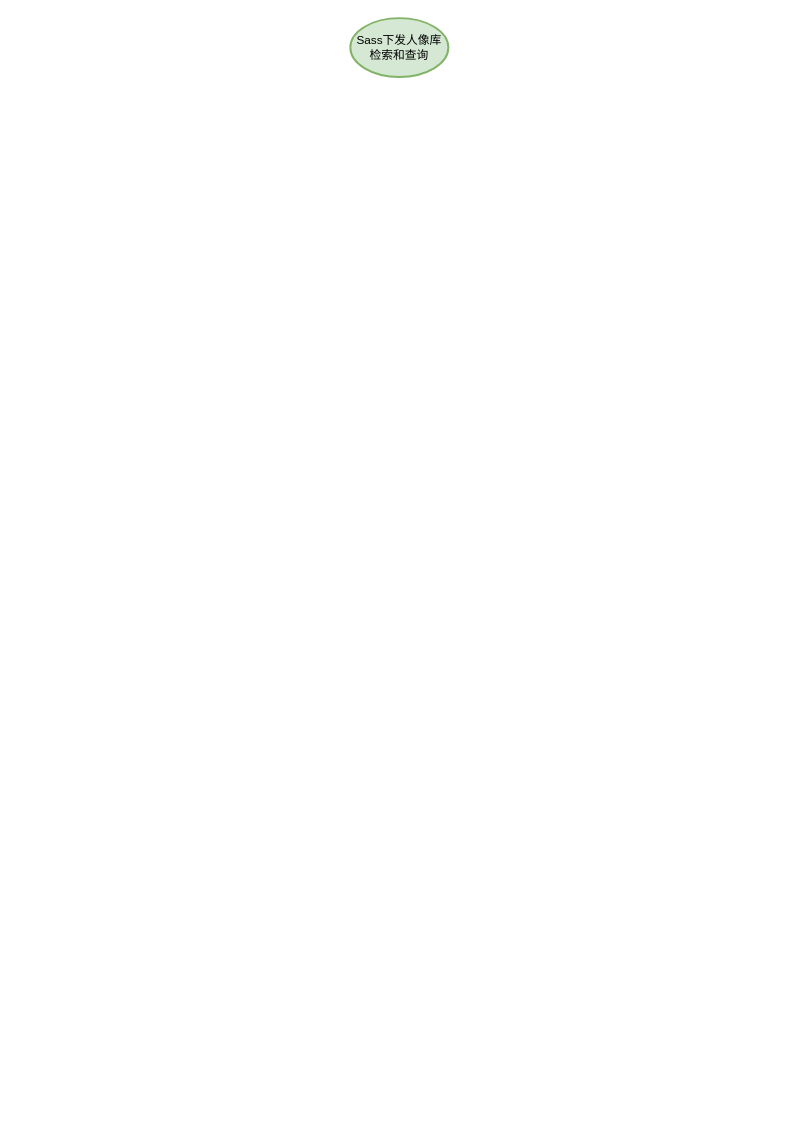
This is 8.检索/人像库检索和查询-流程图.drawio from hao14293/drawio, a draw.io file, before an edit. Source tidied: cells renumbered, new cells numbered last; positions are measured from the earlier drawing's top-left corner, leaving out a move shared by most shapes. Both pictures are drawn from the tidied source at 98%, with x=0, y=0 at pixel (350, 18).
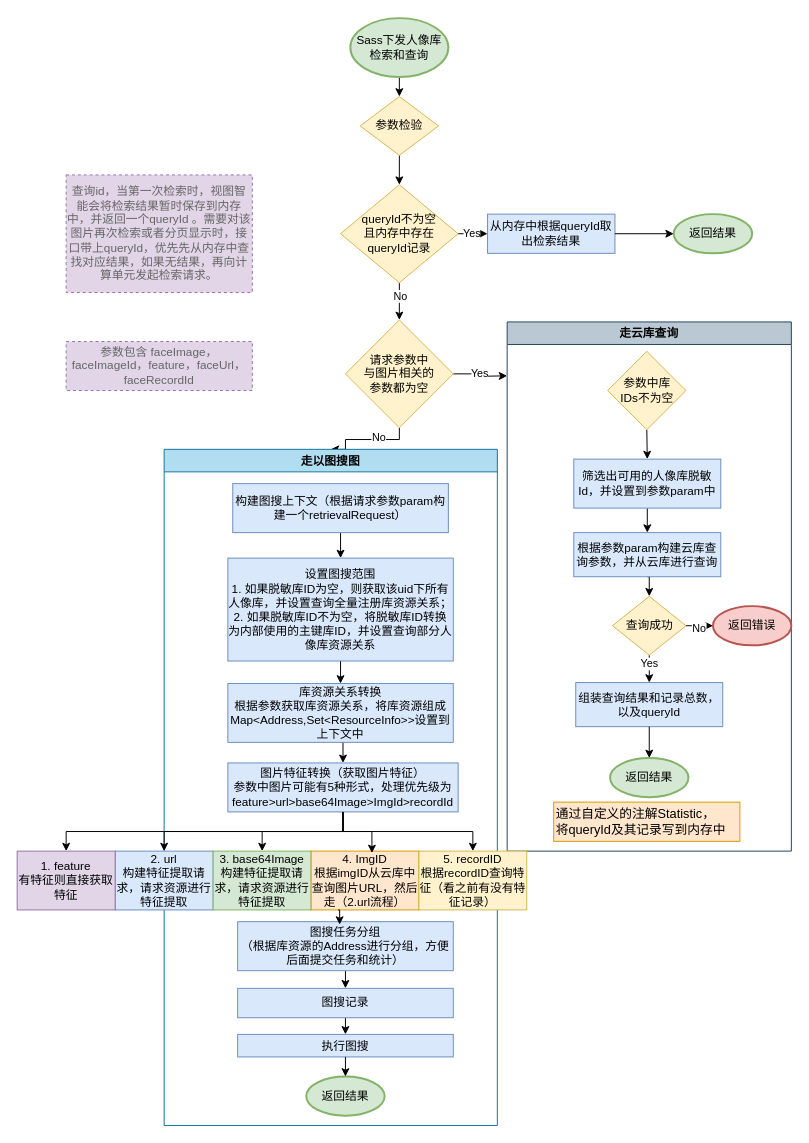
The same page after the edit.

Commit message:
更新人像库检索和查询-流程图.drawio

Unchanged cells that the change refers to:
```xml
<mxCell id="2" value="Sass下发人像库检索和查询" style="strokeWidth=2;html=1;shape=mxgraph.flowchart.start_1;whiteSpace=wrap;fillColor=#d5e8d4;strokeColor=#82b366;" parent="1" vertex="1">
  <mxGeometry width="100" height="60" as="geometry" />
</mxCell>
```

Change to the diagram source:
```diff
@@
+    <mxCell id="3" style="edgeStyle=orthogonalEdgeStyle;rounded=0;jettySize=auto;html=1;exitX=0.5;exitY=1;exitDx=0;exitDy=0;exitPerimeter=0;entryX=0.5;entryY=0;entryDx=0;entryDy=0;" parent="1" edge="1" source="2" target="5">
+      <mxGeometry relative="1" as="geometry" />
+    </mxCell>
@@
+    <mxCell id="4" style="edgeStyle=orthogonalEdgeStyle;rounded=0;jettySize=auto;html=1;exitX=0.5;exitY=1;exitDx=0;exitDy=0;entryX=0.5;entryY=0;entryDx=0;entryDy=0;" parent="1" edge="1" source="5" target="10">
+      <mxGeometry relative="1" as="geometry" />
+    </mxCell>
+    <mxCell id="5" value="参数检验" style="rhombus;whiteSpace=wrap;html=1;fillColor=#fff2cc;strokeColor=#d6b656;" parent="1" vertex="1">
+      <mxGeometry x="10" y="80" width="80" height="60" as="geometry" />
+    </mxCell>
+    <mxCell id="6" style="edgeStyle=orthogonalEdgeStyle;rounded=0;jettySize=auto;html=1;exitX=1;exitY=0.5;exitDx=0;exitDy=0;entryX=0;entryY=0.5;entryDx=0;entryDy=0;" parent="1" edge="1" source="10" target="12">
+      <mxGeometry relative="1" as="geometry">
+        <Array as="points">
+          <mxPoint x="120" y="220" />
+          <mxPoint x="120" y="220" />
+        </Array>
+      </mxGeometry>
+    </mxCell>
+    <mxCell id="7" value="Yes" style="edgeLabel;html=1;align=center;verticalAlign=middle;" parent="6" vertex="1">
+      <mxGeometry x="-0.13" y="1" relative="1" as="geometry" />
+    </mxCell>
+    <mxCell id="8" style="edgeStyle=orthogonalEdgeStyle;rounded=0;jettySize=auto;html=1;exitX=0.5;exitY=1;exitDx=0;exitDy=0;entryX=0.5;entryY=0;entryDx=0;entryDy=0;" parent="1" edge="1" source="10" target="19">
+      <mxGeometry relative="1" as="geometry">
+        <Array as="points">
+          <mxPoint x="50" y="280" />
+          <mxPoint x="50" y="280" />
+        </Array>
+      </mxGeometry>
+    </mxCell>
+    <mxCell id="9" value="No" style="edgeLabel;html=1;align=center;verticalAlign=middle;" parent="8" vertex="1">
+      <mxGeometry x="-0.3" relative="1" as="geometry" />
+    </mxCell>
+    <mxCell id="10" value="queryId不为空&lt;div&gt;且内存中存在&lt;/div&gt;&lt;div&gt;queryId记录&lt;/div&gt;" style="rhombus;whiteSpace=wrap;html=1;fillColor=#fff2cc;strokeColor=#d6b656;" parent="1" vertex="1">
+      <mxGeometry x="-10" y="170" width="120" height="100" as="geometry" />
+    </mxCell>
+    <mxCell id="11" value="&lt;p&gt;&lt;span style=&quot;color: rgb(102, 102, 102); text-align: start;&quot;&gt;&lt;font style=&quot;font-size: 12px;&quot;&gt;查询id，当第一次检索时，视图智能会将检索结果暂时保存到内存中，并返回一个queryId 。需要对该图片再次检索或者分页显示时，接口带上queryId，优先先从内存中查找对应结果，如果无结果，再向计算单元发起检索请求。&lt;/font&gt;&lt;/span&gt;&lt;/p&gt;" style="text;html=1;align=center;verticalAlign=middle;whiteSpace=wrap;rounded=0;strokeColor=#9673a6;fillColor=#e1d5e7;dashed=1;labelBackgroundColor=none;" parent="1" vertex="1">
+      <mxGeometry x="-290" y="160" width="190" height="120" as="geometry" />
+    </mxCell>
+    <mxCell id="12" value="从内存中根据queryId取出检索结果" style="rounded=0;whiteSpace=wrap;html=1;fillColor=#dae8fc;strokeColor=#6c8ebf;" parent="1" vertex="1">
+      <mxGeometry x="140" y="200" width="130" height="40" as="geometry" />
+    </mxCell>
+    <mxCell id="13" value="返回结果" style="strokeWidth=2;html=1;shape=mxgraph.flowchart.start_1;whiteSpace=wrap;fillColor=#d5e8d4;strokeColor=#82b366;" parent="1" vertex="1">
+      <mxGeometry x="330" y="200" width="80" height="40" as="geometry" />
+    </mxCell>
+    <mxCell id="14" style="edgeStyle=orthogonalEdgeStyle;rounded=0;jettySize=auto;html=1;exitX=1;exitY=0.5;exitDx=0;exitDy=0;entryX=0;entryY=0.5;entryDx=0;entryDy=0;entryPerimeter=0;" parent="1" edge="1" source="12" target="13">
+      <mxGeometry relative="1" as="geometry" />
+    </mxCell>
+    <mxCell id="15" style="edgeStyle=orthogonalEdgeStyle;rounded=0;jettySize=auto;html=1;exitX=1;exitY=0.5;exitDx=0;exitDy=0;" parent="1" edge="1" source="19">
+      <mxGeometry relative="1" as="geometry">
+        <mxPoint x="160" y="365" as="targetPoint" />
+      </mxGeometry>
+    </mxCell>
+    <mxCell id="16" value="Yes" style="edgeLabel;html=1;align=center;verticalAlign=middle;" parent="15" vertex="1">
+      <mxGeometry x="-0.1" y="1" relative="1" as="geometry" />
+    </mxCell>
+    <mxCell id="17" style="edgeStyle=orthogonalEdgeStyle;rounded=0;jettySize=auto;html=1;exitX=0.5;exitY=1;exitDx=0;exitDy=0;entryX=0.5;entryY=0;entryDx=0;entryDy=0;" parent="1" edge="1" source="19" target="38">
+      <mxGeometry relative="1" as="geometry">
+        <Array as="points">
+          <mxPoint x="50" y="430" />
+          <mxPoint x="-5" y="430" />
+        </Array>
+      </mxGeometry>
+    </mxCell>
+    <mxCell id="18" value="No" style="edgeLabel;html=1;align=center;verticalAlign=middle;" parent="17" vertex="1">
+      <mxGeometry x="-0.25" y="-3" relative="1" as="geometry" />
+    </mxCell>
+    <mxCell id="19" value="请求参数中&lt;div&gt;与图片相关的&lt;/div&gt;&lt;div&gt;参数都&lt;span style=&quot;background-color: initial;&quot;&gt;为空&lt;/span&gt;&lt;/div&gt;" style="rhombus;whiteSpace=wrap;html=1;fillColor=#fff2cc;strokeColor=#d6b656;" parent="1" vertex="1">
+      <mxGeometry x="-5" y="308" width="110" height="110" as="geometry" />
+    </mxCell>
+    <mxCell id="20" value="&lt;p&gt;&lt;span style=&quot;color: rgb(102, 102, 102); text-align: start;&quot;&gt;&lt;font style=&quot;font-size: 12px;&quot;&gt;参数包含 faceImage，faceImageId，feature，faceUrl，faceRecordId&lt;/font&gt;&lt;/span&gt;&lt;/p&gt;" style="text;html=1;align=center;verticalAlign=middle;whiteSpace=wrap;rounded=0;strokeColor=#9673a6;fillColor=#e1d5e7;dashed=1;labelBackgroundColor=none;" parent="1" vertex="1">
+      <mxGeometry x="-290" y="330" width="190" height="50" as="geometry" />
+    </mxCell>
+    <mxCell id="21" value="走云库查询" style="swimlane;whiteSpace=wrap;html=1;fillColor=#bac8d3;strokeColor=#23445d;" parent="1" vertex="1">
+      <mxGeometry x="160" y="310" width="290" height="540" as="geometry" />
+    </mxCell>
+    <mxCell id="22" style="edgeStyle=orthogonalEdgeStyle;rounded=0;jettySize=auto;html=1;exitX=0.5;exitY=1;exitDx=0;exitDy=0;entryX=0.5;entryY=0;entryDx=0;entryDy=0;" parent="21" edge="1" source="23" target="25">
+      <mxGeometry relative="1" as="geometry" />
+    </mxCell>
+    <mxCell id="23" value="参数中库&lt;div&gt;IDs不为空&lt;/div&gt;" style="rhombus;whiteSpace=wrap;html=1;fillColor=#fff2cc;strokeColor=#d6b656;" parent="21" vertex="1">
+      <mxGeometry x="102.5" y="30" width="80" height="80" as="geometry" />
+    </mxCell>
+    <mxCell id="24" style="edgeStyle=orthogonalEdgeStyle;rounded=0;jettySize=auto;html=1;exitX=0.5;exitY=1;exitDx=0;exitDy=0;entryX=0.5;entryY=0;entryDx=0;entryDy=0;" parent="21" edge="1" source="25" target="27">
+      <mxGeometry relative="1" as="geometry" />
+    </mxCell>
+    <mxCell id="25" value="筛选出可用的人像库脱敏Id，并设置到参数param中" style="rounded=0;whiteSpace=wrap;html=1;fillColor=#dae8fc;strokeColor=#6c8ebf;" parent="21" vertex="1">
+      <mxGeometry x="68" y="140" width="150" height="50" as="geometry" />
+    </mxCell>
+    <mxCell id="26" style="edgeStyle=orthogonalEdgeStyle;rounded=0;jettySize=auto;html=1;exitX=0.5;exitY=1;exitDx=0;exitDy=0;entryX=0.5;entryY=0;entryDx=0;entryDy=0;" parent="21" edge="1" source="27" target="30">
+      <mxGeometry relative="1" as="geometry" />
+    </mxCell>
+    <mxCell id="27" value="根据参数param构建云库查询参数，并从云库进行查询" style="rounded=0;whiteSpace=wrap;html=1;fillColor=#dae8fc;strokeColor=#6c8ebf;" parent="21" vertex="1">
+      <mxGeometry x="68" y="215" width="150" height="45" as="geometry" />
+    </mxCell>
+    <mxCell id="28" style="edgeStyle=orthogonalEdgeStyle;rounded=0;jettySize=auto;html=1;exitX=0.5;exitY=1;exitDx=0;exitDy=0;entryX=0.5;entryY=0;entryDx=0;entryDy=0;" parent="21" edge="1" source="30" target="31">
+      <mxGeometry relative="1" as="geometry">
+        <Array as="points">
+          <mxPoint x="145" y="350" />
+          <mxPoint x="145" y="350" />
+        </Array>
+      </mxGeometry>
+    </mxCell>
+    <mxCell id="29" value="Yes" style="edgeLabel;html=1;align=center;verticalAlign=middle;" parent="28" vertex="1">
+      <mxGeometry x="-0.43" y="-1" relative="1" as="geometry" />
+    </mxCell>
+    <mxCell id="30" value="查询成功" style="rhombus;whiteSpace=wrap;html=1;fillColor=#fff2cc;strokeColor=#d6b656;" parent="21" vertex="1">
+      <mxGeometry x="107.5" y="280" width="75" height="60" as="geometry" />
+    </mxCell>
+    <mxCell id="31" value="组装查询结果和记录总数，以及queryId" style="rounded=0;whiteSpace=wrap;html=1;fillColor=#dae8fc;strokeColor=#6c8ebf;" parent="21" vertex="1">
+      <mxGeometry x="70" y="368" width="150" height="45" as="geometry" />
+    </mxCell>
+    <mxCell id="32" value="返回结果" style="strokeWidth=2;html=1;shape=mxgraph.flowchart.start_1;whiteSpace=wrap;fillColor=#d5e8d4;strokeColor=#82b366;" parent="21" vertex="1">
+      <mxGeometry x="105" y="445" width="80" height="40" as="geometry" />
+    </mxCell>
+    <mxCell id="33" value="返回错误" style="strokeWidth=2;html=1;shape=mxgraph.flowchart.start_1;whiteSpace=wrap;fillColor=#f8cecc;strokeColor=#b85450;" parent="21" vertex="1">
+      <mxGeometry x="210" y="290" width="80" height="40" as="geometry" />
+    </mxCell>
+    <mxCell id="34" style="edgeStyle=orthogonalEdgeStyle;rounded=0;jettySize=auto;html=1;exitX=0.5;exitY=1;exitDx=0;exitDy=0;entryX=0.5;entryY=0;entryDx=0;entryDy=0;entryPerimeter=0;" parent="21" edge="1" source="31" target="32">
+      <mxGeometry relative="1" as="geometry" />
+    </mxCell>
+    <mxCell id="35" style="edgeStyle=orthogonalEdgeStyle;rounded=0;jettySize=auto;html=1;exitX=1;exitY=0.5;exitDx=0;exitDy=0;entryX=0;entryY=0.5;entryDx=0;entryDy=0;entryPerimeter=0;" parent="21" edge="1" source="30" target="33">
+      <mxGeometry relative="1" as="geometry" />
+    </mxCell>
+    <mxCell id="36" value="No" style="edgeLabel;html=1;align=center;verticalAlign=middle;" parent="35" vertex="1">
+      <mxGeometry x="-0.09" y="-2" relative="1" as="geometry" />
+    </mxCell>
+    <mxCell id="37" value="&lt;div style=&quot;&quot;&gt;&lt;p style=&quot;&quot;&gt;&lt;font face=&quot;Helvetica&quot; style=&quot;font-size: 13px;&quot;&gt;通过自定义的注解Statistic，&lt;br&gt;&lt;/font&gt;&lt;font face=&quot;G9sF7C8V6hMlYk3milFS&quot; style=&quot;font-size: 13px;&quot;&gt;将queryId及其记录写到内存中&lt;/font&gt;&lt;/p&gt;&lt;/div&gt;" style="text;html=1;align=left;verticalAlign=middle;whiteSpace=wrap;rounded=0;strokeColor=#d79b00;fillColor=#ffe6cc;fontColor=default;labelBackgroundColor=none;" parent="21" vertex="1">
+      <mxGeometry x="47.5" y="490" width="190" height="40" as="geometry" />
+    </mxCell>
+    <mxCell id="38" value="走以图搜图" style="swimlane;whiteSpace=wrap;html=1;fillColor=#b1ddf0;strokeColor=#10739e;" parent="1" vertex="1">
+      <mxGeometry x="-190" y="440" width="340" height="690" as="geometry" />
+    </mxCell>
+    <mxCell id="39" style="edgeStyle=orthogonalEdgeStyle;rounded=0;jettySize=auto;html=1;exitX=0.5;exitY=1;exitDx=0;exitDy=0;entryX=0.5;entryY=0;entryDx=0;entryDy=0;" parent="38" edge="1" source="40" target="42">
+      <mxGeometry relative="1" as="geometry" />
+    </mxCell>
+    <mxCell id="40" value="构建图搜上下文（根据请求参数param构建一个retrievalRequest）" style="rounded=0;whiteSpace=wrap;html=1;fillColor=#dae8fc;strokeColor=#6c8ebf;" parent="38" vertex="1">
+      <mxGeometry x="70" y="35" width="220" height="50" as="geometry" />
+    </mxCell>
+    <mxCell id="41" style="edgeStyle=orthogonalEdgeStyle;rounded=0;jettySize=auto;html=1;exitX=0.5;exitY=1;exitDx=0;exitDy=0;entryX=0.5;entryY=0;entryDx=0;entryDy=0;" parent="38" edge="1" source="42" target="44">
+      <mxGeometry relative="1" as="geometry" />
+    </mxCell>
+    <mxCell id="42" value="设置图搜范围&lt;div&gt;1. 如果脱敏库ID为空，则获取该uid下所有人像库，并设置查询全量注册库资源关系；&lt;/div&gt;&lt;div&gt;2. 如果脱敏库ID不为空，将脱敏库ID转换为内部使用的主键库ID，并设置查询部分人像库资源关系&lt;/div&gt;" style="rounded=0;whiteSpace=wrap;html=1;fillColor=#dae8fc;strokeColor=#6c8ebf;" parent="38" vertex="1">
+      <mxGeometry x="65" y="111" width="230" height="105" as="geometry" />
+    </mxCell>
+    <mxCell id="43" style="edgeStyle=orthogonalEdgeStyle;rounded=0;jettySize=auto;html=1;exitX=0.5;exitY=1;exitDx=0;exitDy=0;entryX=0.5;entryY=0;entryDx=0;entryDy=0;" parent="38" edge="1" source="44" target="48">
+      <mxGeometry relative="1" as="geometry" />
+    </mxCell>
+    <mxCell id="44" value="库资源关系转换&lt;div&gt;根据参数获取库资源关系，将库资源组成Map&amp;lt;Address,Set&amp;lt;ResourceInfo&amp;gt;&amp;gt;设置到上下文中&lt;/div&gt;" style="rounded=0;whiteSpace=wrap;html=1;fillColor=#dae8fc;strokeColor=#6c8ebf;" parent="38" vertex="1">
+      <mxGeometry x="65" y="239" width="230" height="60" as="geometry" />
+    </mxCell>
+    <mxCell id="45" style="edgeStyle=orthogonalEdgeStyle;rounded=0;jettySize=auto;html=1;exitX=0.5;exitY=1;exitDx=0;exitDy=0;entryX=0.5;entryY=0;entryDx=0;entryDy=0;" parent="38" edge="1" source="48" target="49">
+      <mxGeometry relative="1" as="geometry" />
+    </mxCell>
+    <mxCell id="46" style="edgeStyle=orthogonalEdgeStyle;rounded=0;jettySize=auto;html=1;exitX=0.5;exitY=1;exitDx=0;exitDy=0;entryX=0.5;entryY=0;entryDx=0;entryDy=0;" parent="38" edge="1" source="48" target="50">
+      <mxGeometry relative="1" as="geometry" />
+    </mxCell>
+    <mxCell id="47" style="edgeStyle=orthogonalEdgeStyle;rounded=0;jettySize=auto;html=1;exitX=0.5;exitY=1;exitDx=0;exitDy=0;" parent="38" edge="1" source="48" target="52">
+      <mxGeometry relative="1" as="geometry" />
+    </mxCell>
+    <mxCell id="48" value="图片特征转换（获取图片特征）&lt;div&gt;参数中图片可能有5种形式，处理优先级为&lt;/div&gt;&lt;div&gt;feature&amp;gt;url&amp;gt;base64Image&amp;gt;ImgId&amp;gt;recordId&lt;/div&gt;" style="rounded=0;whiteSpace=wrap;html=1;fillColor=#dae8fc;strokeColor=#6c8ebf;" parent="38" vertex="1">
+      <mxGeometry x="65" y="320" width="235" height="50" as="geometry" />
+    </mxCell>
+    <mxCell id="49" value="2. url&lt;div&gt;构建特征提取请求，请求资源进行特征提取&lt;/div&gt;" style="rounded=0;whiteSpace=wrap;html=1;fillColor=#dae8fc;strokeColor=#6c8ebf;" parent="38" vertex="1">
+      <mxGeometry x="-50" y="410" width="100" height="60" as="geometry" />
+    </mxCell>
+    <mxCell id="50" value="3. base64Image&lt;div&gt;构建特征提取请求，请求资源进行特征提取&lt;/div&gt;" style="rounded=0;whiteSpace=wrap;html=1;fillColor=#d5e8d4;strokeColor=#82b366;" parent="38" vertex="1">
+      <mxGeometry x="50" y="410" width="100" height="60" as="geometry" />
+    </mxCell>
+    <mxCell id="51" value="4. ImgID&lt;div&gt;根据imgID从云库中查询图片URL，然后走（2.url流程）&lt;/div&gt;" style="rounded=0;whiteSpace=wrap;html=1;fillColor=#ffe6cc;strokeColor=#d79b00;" parent="38" vertex="1">
+      <mxGeometry x="150" y="410" width="110" height="60" as="geometry" />
+    </mxCell>
+    <mxCell id="52" value="5. recordID&lt;div&gt;根据recordID查询特征（看之前有没有特征记录）&lt;/div&gt;" style="rounded=0;whiteSpace=wrap;html=1;fillColor=#fff2cc;strokeColor=#d6b656;" parent="38" vertex="1">
+      <mxGeometry x="260" y="410" width="110" height="60" as="geometry" />
+    </mxCell>
+    <mxCell id="53" style="edgeStyle=orthogonalEdgeStyle;rounded=0;jettySize=auto;html=1;exitX=0.5;exitY=1;exitDx=0;exitDy=0;entryX=0.564;entryY=0.033;entryDx=0;entryDy=0;entryPerimeter=0;" parent="38" edge="1" source="48" target="51">
+      <mxGeometry relative="1" as="geometry" />
+    </mxCell>
+    <mxCell id="54" style="edgeStyle=orthogonalEdgeStyle;rounded=0;jettySize=auto;html=1;exitX=0.5;exitY=1;exitDx=0;exitDy=0;entryX=0.5;entryY=0;entryDx=0;entryDy=0;" parent="38" edge="1" source="55" target="57">
+      <mxGeometry relative="1" as="geometry" />
+    </mxCell>
+    <mxCell id="55" value="图搜任务分组&lt;div&gt;（根据库资源的Address进行分组，方便后面提交任务和统计）&lt;/div&gt;" style="rounded=0;whiteSpace=wrap;html=1;fillColor=#dae8fc;strokeColor=#6c8ebf;" parent="38" vertex="1">
+      <mxGeometry x="75" y="482" width="220" height="50" as="geometry" />
+    </mxCell>
+    <mxCell id="56" style="edgeStyle=orthogonalEdgeStyle;rounded=0;jettySize=auto;html=1;exitX=0.5;exitY=1;exitDx=0;exitDy=0;entryX=0.5;entryY=0;entryDx=0;entryDy=0;" parent="38" edge="1" source="57" target="58">
+      <mxGeometry relative="1" as="geometry" />
+    </mxCell>
+    <mxCell id="57" value="图搜记录" style="rounded=0;whiteSpace=wrap;html=1;fillColor=#dae8fc;strokeColor=#6c8ebf;" parent="38" vertex="1">
+      <mxGeometry x="75" y="550" width="220" height="30" as="geometry" />
+    </mxCell>
+    <mxCell id="58" value="执行图搜" style="rounded=0;whiteSpace=wrap;html=1;fillColor=#dae8fc;strokeColor=#6c8ebf;" parent="38" vertex="1">
+      <mxGeometry x="75" y="597" width="220" height="23" as="geometry" />
+    </mxCell>
+    <mxCell id="59" style="edgeStyle=orthogonalEdgeStyle;rounded=0;jettySize=auto;html=1;exitX=0.25;exitY=1;exitDx=0;exitDy=0;entryX=0.473;entryY=0.06;entryDx=0;entryDy=0;entryPerimeter=0;" parent="38" edge="1" source="51" target="55">
+      <mxGeometry relative="1" as="geometry" />
+    </mxCell>
+    <mxCell id="60" value="返回结果" style="strokeWidth=2;html=1;shape=mxgraph.flowchart.start_1;whiteSpace=wrap;fillColor=#d5e8d4;strokeColor=#82b366;" parent="38" vertex="1">
+      <mxGeometry x="145" y="640" width="80" height="40" as="geometry" />
+    </mxCell>
+    <mxCell id="61" style="edgeStyle=orthogonalEdgeStyle;rounded=0;jettySize=auto;html=1;exitX=0.5;exitY=1;exitDx=0;exitDy=0;entryX=0.5;entryY=0;entryDx=0;entryDy=0;entryPerimeter=0;" parent="38" edge="1" source="58" target="60">
+      <mxGeometry relative="1" as="geometry" />
+    </mxCell>
+    <mxCell id="62" value="1. feature&lt;div&gt;有特征则直接获取特征&lt;/div&gt;" style="rounded=0;whiteSpace=wrap;html=1;fillColor=#e1d5e7;strokeColor=#9673a6;" parent="1" vertex="1">
+      <mxGeometry x="-340" y="850" width="100" height="60" as="geometry" />
+    </mxCell>
+    <mxCell id="63" style="edgeStyle=orthogonalEdgeStyle;rounded=0;jettySize=auto;html=1;exitX=0.5;exitY=1;exitDx=0;exitDy=0;entryX=0.5;entryY=0;entryDx=0;entryDy=0;" parent="1" edge="1" source="48" target="62">
+      <mxGeometry relative="1" as="geometry" />
+    </mxCell>
+    <mxCell id="64" style="edgeStyle=orthogonalEdgeStyle;rounded=0;orthogonalLoop=1;jettySize=auto;html=1;exitX=0.5;exitY=1;exitDx=0;exitDy=0;" parent="1" edge="1" source="19" target="19">
+      <mxGeometry relative="1" as="geometry" />
+    </mxCell>
```
